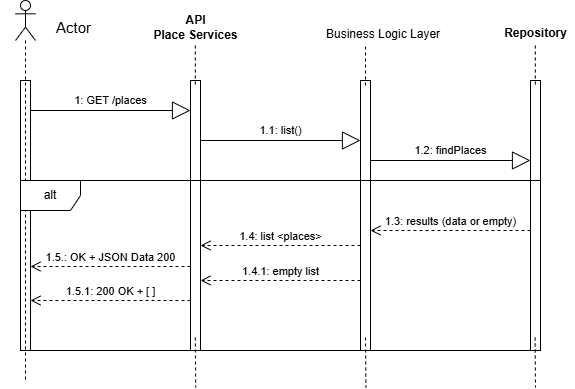
The draw.io diagram part1/List_Places.png in 0-Mousa-0/holbertonschool-hbnb, before a commit. Source tidied: cells renumbered, new cells last; positions are measured from the earlier drawing's top-left corner, leaving out a move shared by most shapes. Its diagram source:
```xml
<mxGraphModel>
  <root>
    <mxCell id="0" />
    <mxCell id="1" parent="0" />
    <mxCell id="2" style="html=1;points=[[0,0,0,0,5],[0,1,0,0,-5],[1,0,0,0,5],[1,1,0,0,-5]];perimeter=orthogonalPerimeter;outlineConnect=0;targetShapes=umlLifeline;portConstraint=eastwest;newEdgeStyle={&quot;curved&quot;:0,&quot;rounded&quot;:0};" parent="1" vertex="1">
      <mxGeometry x="20" y="80" width="10" height="270" as="geometry" />
    </mxCell>
    <mxCell id="3" style="html=1;perimeter=orthogonalPerimeter;targetShapes=umlLifeline;newEdgeStyle={&quot;curved&quot;:0,&quot;rounded&quot;:0};" parent="1" vertex="1">
      <mxGeometry x="190" y="80" width="10" height="270" as="geometry" />
    </mxCell>
    <mxCell id="4" value="API&lt;div&gt;&lt;span style=&quot;text-wrap-mode: wrap;&quot;&gt;Place&amp;nbsp;&lt;/span&gt;&lt;span style=&quot;background-color: transparent; text-wrap-mode: wrap;&quot;&gt;Services&lt;/span&gt;&lt;/div&gt;" style="text;align=center;fontStyle=1;verticalAlign=middle;spacingLeft=3;spacingRight=3;strokeColor=none;html=1;" parent="1" vertex="1">
      <mxGeometry x="142.5" y="14" width="105" height="26" as="geometry" />
    </mxCell>
    <mxCell id="5" style="html=1;points=[[0,0,0,0,5],[0,1,0,0,-5],[1,0,0,0,5],[1,1,0,0,-5]];perimeter=orthogonalPerimeter;outlineConnect=0;targetShapes=umlLifeline;portConstraint=eastwest;newEdgeStyle={&quot;curved&quot;:0,&quot;rounded&quot;:0};" parent="1" vertex="1">
      <mxGeometry x="360" y="80" width="10" height="270" as="geometry" />
    </mxCell>
    <mxCell id="6" value="Business Logic Layer" style="text;strokeColor=none;fillColor=none;align=left;verticalAlign=middle;spacingTop=-1;spacingLeft=4;spacingRight=4;labelPosition=right;" parent="1" vertex="1">
      <mxGeometry x="300" y="26" width="20" height="14" as="geometry" />
    </mxCell>
    <mxCell id="7" style="html=1;perimeter=orthogonalPerimeter;targetShapes=umlLifeline;newEdgeStyle={&quot;curved&quot;:0,&quot;rounded&quot;:0};" parent="1" vertex="1">
      <mxGeometry x="530" y="80" width="10" height="270" as="geometry" />
    </mxCell>
    <mxCell id="8" value="Repository" style="text;align=center;fontStyle=1;verticalAlign=middle;spacingLeft=3;spacingRight=3;strokeColor=none;html=1;" parent="1" vertex="1">
      <mxGeometry x="495" y="20" width="80" height="26" as="geometry" />
    </mxCell>
    <mxCell id="9" value="1.3: results&amp;nbsp;(data or empty)" style="html=1;verticalAlign=bottom;endArrow=open;dashed=1;endSize=8;curved=0;rounded=0;labelBackgroundColor=none;" parent="1" edge="1">
      <mxGeometry relative="1" as="geometry">
        <mxPoint x="530" y="230" as="sourcePoint" />
        <mxPoint x="370" y="230" as="targetPoint" />
        <Array as="points">
          <mxPoint x="410" y="230" />
        </Array>
      </mxGeometry>
    </mxCell>
    <mxCell id="10" value="1.4: list &amp;lt;places&amp;gt;" style="html=1;verticalAlign=bottom;endArrow=open;dashed=1;endSize=8;curved=0;rounded=0;labelBackgroundColor=none;" parent="1" edge="1">
      <mxGeometry relative="1" as="geometry">
        <mxPoint x="360" y="245" as="sourcePoint" />
        <mxPoint x="200" y="245" as="targetPoint" />
      </mxGeometry>
    </mxCell>
    <mxCell id="11" value="1.5.: OK + JSON&amp;nbsp;Data 200" style="html=1;verticalAlign=bottom;endArrow=open;dashed=1;endSize=8;curved=0;rounded=0;labelBackgroundColor=none;" parent="1" edge="1">
      <mxGeometry relative="1" as="geometry">
        <mxPoint x="190" y="266" as="sourcePoint" />
        <mxPoint x="30" y="266" as="targetPoint" />
        <Array as="points">
          <mxPoint x="130" y="266" />
        </Array>
      </mxGeometry>
    </mxCell>
    <mxCell id="12" style="endArrow=none;dashed=1;html=1;rounded=0;" parent="1" edge="1">
      <mxGeometry relative="1" as="geometry">
        <mxPoint x="534.6" y="337" as="sourcePoint" />
        <mxPoint x="535" y="387" as="targetPoint" />
      </mxGeometry>
    </mxCell>
    <mxCell id="13" value="1.4.1: empty list" style="html=1;verticalAlign=bottom;endArrow=open;dashed=1;endSize=8;curved=0;rounded=0;labelBackgroundColor=none;" parent="1" edge="1">
      <mxGeometry relative="1" as="geometry">
        <mxPoint x="360" y="280" as="sourcePoint" />
        <mxPoint x="200" y="280" as="targetPoint" />
      </mxGeometry>
    </mxCell>
    <mxCell id="14" value="1.5.1:&amp;nbsp;&lt;span style=&quot;&quot;&gt;200 OK + [ ]&lt;/span&gt;" style="html=1;verticalAlign=bottom;endArrow=open;dashed=1;endSize=8;curved=0;rounded=0;labelBackgroundColor=none;" parent="1" edge="1" target="2">
      <mxGeometry relative="1" as="geometry">
        <mxPoint x="190" y="300" as="sourcePoint" />
        <Array as="points">
          <mxPoint x="130" y="300" />
        </Array>
      </mxGeometry>
    </mxCell>
    <mxCell id="15" style="endArrow=none;dashed=1;html=1;rounded=0;" parent="1" edge="1">
      <mxGeometry relative="1" as="geometry">
        <mxPoint x="365" y="337" as="sourcePoint" />
        <mxPoint x="365.4" y="387" as="targetPoint" />
      </mxGeometry>
    </mxCell>
    <mxCell id="16" style="endArrow=none;dashed=1;html=1;rounded=0;" parent="1" edge="1">
      <mxGeometry relative="1" as="geometry">
        <mxPoint x="194.8" y="45" as="sourcePoint" />
        <mxPoint x="194.8" y="85" as="targetPoint" />
        <Array as="points">
          <mxPoint x="194.8" y="75" />
        </Array>
      </mxGeometry>
    </mxCell>
    <mxCell id="17" style="endArrow=none;dashed=1;html=1;rounded=0;" parent="1" edge="1">
      <mxGeometry relative="1" as="geometry">
        <mxPoint x="365" y="46" as="sourcePoint" />
        <mxPoint x="365" y="86" as="targetPoint" />
        <Array as="points">
          <mxPoint x="365" y="76" />
        </Array>
      </mxGeometry>
    </mxCell>
    <mxCell id="18" style="endArrow=none;dashed=1;html=1;rounded=0;" parent="1" edge="1">
      <mxGeometry relative="1" as="geometry">
        <mxPoint x="534.9" y="45" as="sourcePoint" />
        <mxPoint x="534.9" y="85" as="targetPoint" />
        <Array as="points">
          <mxPoint x="534.9" y="75" />
        </Array>
      </mxGeometry>
    </mxCell>
    <mxCell id="19" style="endArrow=none;dashed=1;html=1;rounded=0;" parent="1" edge="1">
      <mxGeometry relative="1" as="geometry">
        <mxPoint x="194.8" y="337" as="sourcePoint" />
        <mxPoint x="195.2" y="387" as="targetPoint" />
      </mxGeometry>
    </mxCell>
    <mxCell id="20" style="shape=umlLifeline;perimeter=lifelinePerimeter;whiteSpace=wrap;html=1;newEdgeStyle={&quot;curved&quot;:0,&quot;rounded&quot;:0};participant=umlActor;" parent="1" vertex="1">
      <mxGeometry x="15" width="20" height="380" as="geometry" />
    </mxCell>
    <mxCell id="21" value="Actor" style="text;strokeColor=none;fillColor=none;align=left;verticalAlign=middle;spacingTop=-1;spacingLeft=4;spacingRight=4;labelPosition=right;fontSize=15;" parent="1" vertex="1">
      <mxGeometry y="20" width="50" height="14" as="geometry" />
    </mxCell>
    <mxCell id="22" value="1: GET /places" style="endArrow=block;endSize=16;endFill=0;html=1;rounded=0;labelBackgroundColor=none;" parent="1" edge="1">
      <mxGeometry y="10" relative="1" as="geometry">
        <mxPoint x="30" y="110" as="sourcePoint" />
        <mxPoint x="190" y="110" as="targetPoint" />
      </mxGeometry>
    </mxCell>
    <mxCell id="23" value="1.1: list()" style="endArrow=block;endSize=16;endFill=0;html=1;rounded=0;labelBackgroundColor=none;" parent="1" edge="1">
      <mxGeometry y="10" relative="1" as="geometry">
        <mxPoint x="200" y="140" as="sourcePoint" />
        <mxPoint x="360" y="140" as="targetPoint" />
      </mxGeometry>
    </mxCell>
    <mxCell id="24" value="1.2: findPlaces" style="endArrow=block;endSize=16;endFill=0;html=1;rounded=0;labelBackgroundColor=none;" parent="1" edge="1">
      <mxGeometry y="10" relative="1" as="geometry">
        <mxPoint x="370" y="160" as="sourcePoint" />
        <mxPoint x="530" y="160" as="targetPoint" />
      </mxGeometry>
    </mxCell>
    <mxCell id="25" value="alt" style="shape=umlFrame;whiteSpace=wrap;html=1;" parent="1" vertex="1">
      <mxGeometry x="20" y="180" width="520" height="170" as="geometry" />
    </mxCell>
  </root>
</mxGraphModel>
```
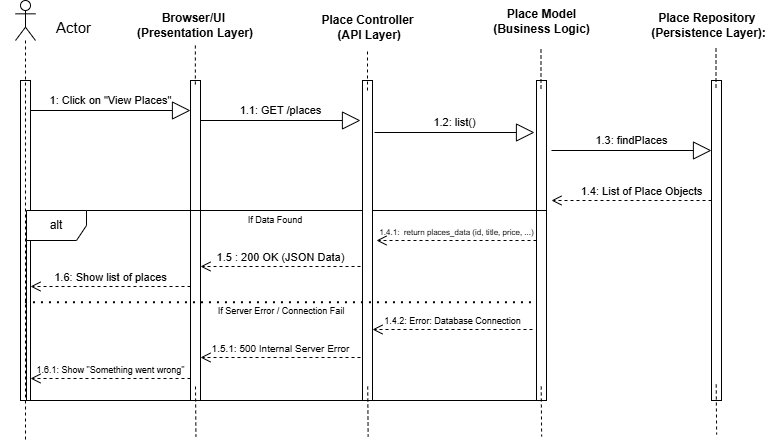
After the change.

What changed in the source:
```diff
@@ -1,76 +1,65 @@
-<mxGraphModel>
+<mxGraphModel background="#ffffff">
   <root>
     <mxCell id="0" />
     <mxCell id="1" parent="0" />
     <mxCell id="2" style="html=1;points=[[0,0,0,0,5],[0,1,0,0,-5],[1,0,0,0,5],[1,1,0,0,-5]];perimeter=orthogonalPerimeter;outlineConnect=0;targetShapes=umlLifeline;portConstraint=eastwest;newEdgeStyle={&quot;curved&quot;:0,&quot;rounded&quot;:0};" parent="1" vertex="1">
-      <mxGeometry x="20" y="80" width="10" height="270" as="geometry" />
+      <mxGeometry x="20" y="80" width="10" height="320" as="geometry" />
     </mxCell>
     <mxCell id="3" style="html=1;perimeter=orthogonalPerimeter;targetShapes=umlLifeline;newEdgeStyle={&quot;curved&quot;:0,&quot;rounded&quot;:0};" parent="1" vertex="1">
-      <mxGeometry x="190" y="80" width="10" height="270" as="geometry" />
+      <mxGeometry x="190" y="80" width="10" height="320" as="geometry" />
     </mxCell>
-    <mxCell id="4" value="API&lt;div&gt;&lt;span style=&quot;text-wrap-mode: wrap;&quot;&gt;Place&amp;nbsp;&lt;/span&gt;&lt;span style=&quot;background-color: transparent; text-wrap-mode: wrap;&quot;&gt;Services&lt;/span&gt;&lt;/div&gt;" style="text;align=center;fontStyle=1;verticalAlign=middle;spacingLeft=3;spacingRight=3;strokeColor=none;html=1;" parent="1" vertex="1">
-      <mxGeometry x="142.5" y="14" width="105" height="26" as="geometry" />
+    <mxCell id="4" value="Place Controller&lt;div&gt;&amp;nbsp;(API Layer)&lt;/div&gt;" style="text;align=center;fontStyle=1;verticalAlign=middle;spacingLeft=3;spacingRight=3;strokeColor=none;html=1;" parent="1" vertex="1">
+      <mxGeometry x="314.5" y="14" width="105" height="26" as="geometry" />
     </mxCell>
     <mxCell id="5" style="html=1;points=[[0,0,0,0,5],[0,1,0,0,-5],[1,0,0,0,5],[1,1,0,0,-5]];perimeter=orthogonalPerimeter;outlineConnect=0;targetShapes=umlLifeline;portConstraint=eastwest;newEdgeStyle={&quot;curved&quot;:0,&quot;rounded&quot;:0};" parent="1" vertex="1">
-      <mxGeometry x="360" y="80" width="10" height="270" as="geometry" />
+      <mxGeometry x="536" y="80" width="10" height="320" as="geometry" />
     </mxCell>
-    <mxCell id="6" value="Business Logic Layer" style="text;strokeColor=none;fillColor=none;align=left;verticalAlign=middle;spacingTop=-1;spacingLeft=4;spacingRight=4;labelPosition=right;" parent="1" vertex="1">
-      <mxGeometry x="300" y="26" width="20" height="14" as="geometry" />
-    </mxCell>
     <mxCell id="7" style="html=1;perimeter=orthogonalPerimeter;targetShapes=umlLifeline;newEdgeStyle={&quot;curved&quot;:0,&quot;rounded&quot;:0};" parent="1" vertex="1">
-      <mxGeometry x="530" y="80" width="10" height="270" as="geometry" />
+      <mxGeometry x="711" y="80" width="10" height="320" as="geometry" />
     </mxCell>
-    <mxCell id="8" value="Repository" style="text;align=center;fontStyle=1;verticalAlign=middle;spacingLeft=3;spacingRight=3;strokeColor=none;html=1;" parent="1" vertex="1">
-      <mxGeometry x="495" y="20" width="80" height="26" as="geometry" />
+    <mxCell id="8" value="Place Repository&amp;nbsp;&lt;div&gt;(Persistence Layer):&lt;/div&gt;" style="text;align=center;fontStyle=1;verticalAlign=middle;spacingLeft=3;spacingRight=3;strokeColor=none;html=1;" parent="1" vertex="1">
+      <mxGeometry x="660" y="12" width="96" height="26" as="geometry" />
     </mxCell>
-    <mxCell id="9" value="1.3: results&amp;nbsp;(data or empty)" style="html=1;verticalAlign=bottom;endArrow=open;dashed=1;endSize=8;curved=0;rounded=0;labelBackgroundColor=none;" parent="1" edge="1">
-      <mxGeometry relative="1" as="geometry">
-        <mxPoint x="530" y="230" as="sourcePoint" />
-        <mxPoint x="370" y="230" as="targetPoint" />
-        <Array as="points">
-          <mxPoint x="410" y="230" />
-        </Array>
-      </mxGeometry>
-    </mxCell>
-    <mxCell id="10" value="1.4: list &amp;lt;places&amp;gt;" style="html=1;verticalAlign=bottom;endArrow=open;dashed=1;endSize=8;curved=0;rounded=0;labelBackgroundColor=none;" parent="1" edge="1">
+    <mxCell id="10" value="&lt;font style=&quot;font-size: 8px;&quot;&gt;1.4.1: &amp;nbsp;return places_data (id, title, price, ...)&lt;/font&gt;" style="html=1;verticalAlign=bottom;endArrow=open;dashed=1;endSize=8;curved=0;rounded=0;labelBackgroundColor=none;" parent="1" edge="1">
       <mxGeometry relative="1" as="geometry">
-        <mxPoint x="360" y="245" as="sourcePoint" />
-        <mxPoint x="200" y="245" as="targetPoint" />
+        <mxPoint x="536" y="240" as="sourcePoint" />
+        <mxPoint x="376" y="240" as="targetPoint" />
       </mxGeometry>
     </mxCell>
-    <mxCell id="11" value="1.5.: OK + JSON&amp;nbsp;Data 200" style="html=1;verticalAlign=bottom;endArrow=open;dashed=1;endSize=8;curved=0;rounded=0;labelBackgroundColor=none;" parent="1" edge="1">
+    <mxCell id="11" value="1.6: Show list of places" style="html=1;verticalAlign=bottom;endArrow=open;dashed=1;endSize=8;curved=0;rounded=0;labelBackgroundColor=none;" parent="1" edge="1">
       <mxGeometry relative="1" as="geometry">
-        <mxPoint x="190" y="266" as="sourcePoint" />
-        <mxPoint x="30" y="266" as="targetPoint" />
+        <mxPoint x="190" y="286" as="sourcePoint" />
+        <mxPoint x="30" y="286" as="targetPoint" />
         <Array as="points">
-          <mxPoint x="130" y="266" />
+          <mxPoint x="130" y="286" />
         </Array>
       </mxGeometry>
     </mxCell>
     <mxCell id="12" style="endArrow=none;dashed=1;html=1;rounded=0;" parent="1" edge="1">
       <mxGeometry relative="1" as="geometry">
-        <mxPoint x="534.6" y="337" as="sourcePoint" />
-        <mxPoint x="535" y="387" as="targetPoint" />
+        <mxPoint x="715.7" y="384" as="sourcePoint" />
+        <mxPoint x="716.1" y="434" as="targetPoint" />
       </mxGeometry>
     </mxCell>
-    <mxCell id="13" value="1.4.1: empty list" style="html=1;verticalAlign=bottom;endArrow=open;dashed=1;endSize=8;curved=0;rounded=0;labelBackgroundColor=none;" parent="1" edge="1">
+    <mxCell id="13" value="&lt;font style=&quot;font-size: 9px;&quot;&gt;1.4.2: Error: Database Connection&lt;/font&gt;" style="html=1;verticalAlign=bottom;endArrow=open;dashed=1;endSize=8;curved=0;rounded=0;labelBackgroundColor=none;" parent="1" edge="1">
       <mxGeometry relative="1" as="geometry">
-        <mxPoint x="360" y="280" as="sourcePoint" />
-        <mxPoint x="200" y="280" as="targetPoint" />
+        <mxPoint x="532" y="329" as="sourcePoint" />
+        <mxPoint x="372" y="329" as="targetPoint" />
       </mxGeometry>
     </mxCell>
-    <mxCell id="14" value="1.5.1:&amp;nbsp;&lt;span style=&quot;&quot;&gt;200 OK + [ ]&lt;/span&gt;" style="html=1;verticalAlign=bottom;endArrow=open;dashed=1;endSize=8;curved=0;rounded=0;labelBackgroundColor=none;" parent="1" edge="1" target="2">
+    <mxCell id="14" value="&lt;font style=&quot;font-size: 9px;&quot;&gt;1.6.1:&amp;nbsp;Show &quot;Something went wrong&quot;&lt;/font&gt;" style="html=1;verticalAlign=bottom;endArrow=open;dashed=1;endSize=8;curved=0;rounded=0;labelBackgroundColor=none;" parent="1" edge="1">
       <mxGeometry relative="1" as="geometry">
-        <mxPoint x="190" y="300" as="sourcePoint" />
+        <mxPoint x="190" y="378" as="sourcePoint" />
+        <mxPoint x="30" y="378" as="targetPoint" />
         <Array as="points">
-          <mxPoint x="130" y="300" />
+          <mxPoint x="160" y="378" />
         </Array>
       </mxGeometry>
     </mxCell>
     <mxCell id="15" style="endArrow=none;dashed=1;html=1;rounded=0;" parent="1" edge="1">
       <mxGeometry relative="1" as="geometry">
-        <mxPoint x="365" y="337" as="sourcePoint" />
-        <mxPoint x="365.4" y="387" as="targetPoint" />
+        <mxPoint x="540.7" y="386" as="sourcePoint" />
+        <mxPoint x="541.1" y="436" as="targetPoint" />
       </mxGeometry>
     </mxCell>
     <mxCell id="16" style="endArrow=none;dashed=1;html=1;rounded=0;" parent="1" edge="1">
@@ -84,54 +73,116 @@
     </mxCell>
     <mxCell id="17" style="endArrow=none;dashed=1;html=1;rounded=0;" parent="1" edge="1">
       <mxGeometry relative="1" as="geometry">
-        <mxPoint x="365" y="46" as="sourcePoint" />
-        <mxPoint x="365" y="86" as="targetPoint" />
+        <mxPoint x="540.5" y="49" as="sourcePoint" />
+        <mxPoint x="540.5" y="89" as="targetPoint" />
         <Array as="points">
-          <mxPoint x="365" y="76" />
+          <mxPoint x="540.5" y="79" />
         </Array>
       </mxGeometry>
     </mxCell>
     <mxCell id="18" style="endArrow=none;dashed=1;html=1;rounded=0;" parent="1" edge="1">
       <mxGeometry relative="1" as="geometry">
-        <mxPoint x="534.9" y="45" as="sourcePoint" />
-        <mxPoint x="534.9" y="85" as="targetPoint" />
+        <mxPoint x="715.5" y="48" as="sourcePoint" />
+        <mxPoint x="715.5" y="88" as="targetPoint" />
         <Array as="points">
-          <mxPoint x="534.9" y="75" />
+          <mxPoint x="715.5" y="78" />
         </Array>
       </mxGeometry>
     </mxCell>
     <mxCell id="19" style="endArrow=none;dashed=1;html=1;rounded=0;" parent="1" edge="1">
       <mxGeometry relative="1" as="geometry">
-        <mxPoint x="194.8" y="337" as="sourcePoint" />
-        <mxPoint x="195.2" y="387" as="targetPoint" />
+        <mxPoint x="195" y="386" as="sourcePoint" />
+        <mxPoint x="195.4" y="436" as="targetPoint" />
       </mxGeometry>
     </mxCell>
     <mxCell id="20" style="shape=umlLifeline;perimeter=lifelinePerimeter;whiteSpace=wrap;html=1;newEdgeStyle={&quot;curved&quot;:0,&quot;rounded&quot;:0};participant=umlActor;" parent="1" vertex="1">
-      <mxGeometry x="15" width="20" height="380" as="geometry" />
+      <mxGeometry x="15" width="20" height="440" as="geometry" />
     </mxCell>
     <mxCell id="21" value="Actor" style="text;strokeColor=none;fillColor=none;align=left;verticalAlign=middle;spacingTop=-1;spacingLeft=4;spacingRight=4;labelPosition=right;fontSize=15;" parent="1" vertex="1">
       <mxGeometry y="20" width="50" height="14" as="geometry" />
     </mxCell>
-    <mxCell id="22" value="1: GET /places" style="endArrow=block;endSize=16;endFill=0;html=1;rounded=0;labelBackgroundColor=none;" parent="1" edge="1">
+    <mxCell id="22" value="1: Click on &quot;View Places&quot;" style="endArrow=block;endSize=16;endFill=0;html=1;rounded=0;labelBackgroundColor=none;" parent="1" edge="1">
       <mxGeometry y="10" relative="1" as="geometry">
         <mxPoint x="30" y="110" as="sourcePoint" />
         <mxPoint x="190" y="110" as="targetPoint" />
       </mxGeometry>
     </mxCell>
-    <mxCell id="23" value="1.1: list()" style="endArrow=block;endSize=16;endFill=0;html=1;rounded=0;labelBackgroundColor=none;" parent="1" edge="1">
+    <mxCell id="23" value="1.2: list()" style="endArrow=block;endSize=16;endFill=0;html=1;rounded=0;labelBackgroundColor=none;" parent="1" edge="1">
       <mxGeometry y="10" relative="1" as="geometry">
-        <mxPoint x="200" y="140" as="sourcePoint" />
-        <mxPoint x="360" y="140" as="targetPoint" />
+        <mxPoint x="374" y="132" as="sourcePoint" />
+        <mxPoint x="534" y="132" as="targetPoint" />
       </mxGeometry>
     </mxCell>
-    <mxCell id="24" value="1.2: findPlaces" style="endArrow=block;endSize=16;endFill=0;html=1;rounded=0;labelBackgroundColor=none;" parent="1" edge="1">
+    <mxCell id="24" value="1.3: findPlaces" style="endArrow=block;endSize=16;endFill=0;html=1;rounded=0;labelBackgroundColor=none;" parent="1" edge="1">
       <mxGeometry y="10" relative="1" as="geometry">
-        <mxPoint x="370" y="160" as="sourcePoint" />
-        <mxPoint x="530" y="160" as="targetPoint" />
+        <mxPoint x="551" y="150" as="sourcePoint" />
+        <mxPoint x="711" y="150" as="targetPoint" />
       </mxGeometry>
     </mxCell>
     <mxCell id="25" value="alt" style="shape=umlFrame;whiteSpace=wrap;html=1;" parent="1" vertex="1">
-      <mxGeometry x="20" y="180" width="520" height="170" as="geometry" />
+      <mxGeometry x="26" y="210" width="520" height="190" as="geometry" />
     </mxCell>
+    <mxCell id="26" value="&lt;b&gt;Browser/UI&amp;nbsp;&lt;/b&gt;&lt;div&gt;&lt;b&gt;(Presentation Layer)&lt;/b&gt;&lt;/div&gt;" style="text;html=1;whiteSpace=wrap;strokeColor=none;fillColor=none;align=center;verticalAlign=middle;rounded=0;" parent="1" vertex="1">
+      <mxGeometry x="85" y="10" width="220" height="30" as="geometry" />
+    </mxCell>
+    <mxCell id="27" style="html=1;perimeter=orthogonalPerimeter;targetShapes=umlLifeline;newEdgeStyle={&quot;curved&quot;:0,&quot;rounded&quot;:0};" parent="1" vertex="1">
+      <mxGeometry x="362" y="80" width="10" height="320" as="geometry" />
+    </mxCell>
+    <mxCell id="28" style="endArrow=none;dashed=1;html=1;rounded=0;" parent="1" edge="1">
+      <mxGeometry relative="1" as="geometry">
+        <mxPoint x="367.2" y="386" as="sourcePoint" />
+        <mxPoint x="367.6" y="436" as="targetPoint" />
+      </mxGeometry>
+    </mxCell>
+    <mxCell id="29" style="endArrow=none;dashed=1;html=1;rounded=0;" parent="1" edge="1">
+      <mxGeometry relative="1" as="geometry">
+        <mxPoint x="367" y="51" as="sourcePoint" />
+        <mxPoint x="367" y="91" as="targetPoint" />
+        <Array as="points">
+          <mxPoint x="367" y="81" />
+        </Array>
+      </mxGeometry>
+    </mxCell>
+    <mxCell id="30" value="1.1: GET /places" style="endArrow=block;endSize=16;endFill=0;html=1;rounded=0;labelBackgroundColor=none;" parent="1" edge="1">
+      <mxGeometry y="10" relative="1" as="geometry">
+        <mxPoint x="200" y="120" as="sourcePoint" />
+        <mxPoint x="360" y="120" as="targetPoint" />
+      </mxGeometry>
+    </mxCell>
+    <mxCell id="31" value="Place Model&lt;div&gt;(Business Logic)&lt;/div&gt;" style="text;align=center;fontStyle=1;verticalAlign=middle;spacingLeft=3;spacingRight=3;strokeColor=none;html=1;" parent="1" vertex="1">
+      <mxGeometry x="488.5" y="8" width="105" height="26" as="geometry" />
+    </mxCell>
+    <mxCell id="32" value="1.4:&amp;nbsp;List of Place Objects" style="html=1;verticalAlign=bottom;endArrow=open;dashed=1;endSize=8;curved=0;rounded=0;labelBackgroundColor=none;" parent="1" edge="1">
+      <mxGeometry x="-0.12" relative="1" as="geometry">
+        <mxPoint x="711" y="200" as="sourcePoint" />
+        <mxPoint x="551" y="200" as="targetPoint" />
+        <Array as="points">
+          <mxPoint x="591" y="200" />
+        </Array>
+      </mxGeometry>
+    </mxCell>
+    <mxCell id="33" value="&lt;font style=&quot;font-size: 10px;&quot;&gt;1.5.1: 500 Internal Server Error&lt;/font&gt;" style="html=1;verticalAlign=bottom;endArrow=open;dashed=1;endSize=8;curved=0;rounded=0;labelBackgroundColor=none;" parent="1" edge="1">
+      <mxGeometry relative="1" as="geometry">
+        <mxPoint x="360" y="357" as="sourcePoint" />
+        <mxPoint x="200" y="357" as="targetPoint" />
+      </mxGeometry>
+    </mxCell>
+    <mxCell id="34" value="1.5 : 200 OK (JSON Data)" style="html=1;verticalAlign=bottom;endArrow=open;dashed=1;endSize=8;curved=0;rounded=0;labelBackgroundColor=none;" parent="1" edge="1">
+      <mxGeometry relative="1" as="geometry">
+        <mxPoint x="360" y="266" as="sourcePoint" />
+        <mxPoint x="200" y="266" as="targetPoint" />
+      </mxGeometry>
+    </mxCell>
+    <mxCell id="35" value="If Data Found" style="text;html=1;whiteSpace=wrap;strokeColor=none;fillColor=none;align=center;verticalAlign=middle;rounded=0;fontSize=9;" parent="1" vertex="1">
+      <mxGeometry x="220" y="205" width="110" height="30" as="geometry" />
+    </mxCell>
+    <mxCell id="36" style="endArrow=none;dashed=1;html=1;dashPattern=1 3;strokeWidth=2;rounded=0;exitX=-0.002;exitY=0.596;exitDx=0;exitDy=0;exitPerimeter=0;" parent="1" edge="1" target="5">
+      <mxGeometry relative="1" as="geometry">
+        <mxPoint x="25" y="302.2" as="sourcePoint" />
+      </mxGeometry>
+    </mxCell>
+    <mxCell id="37" value="&lt;font style=&quot;font-size: 9px;&quot;&gt;If Server Error / Connection Fail&lt;/font&gt;" style="text;html=1;whiteSpace=wrap;strokeColor=none;fillColor=none;align=center;verticalAlign=middle;rounded=0;fontSize=10;" parent="1" vertex="1">
+      <mxGeometry x="186" y="295" width="190" height="30" as="geometry" />
+    </mxCell>
   </root>
 </mxGraphModel>
```
